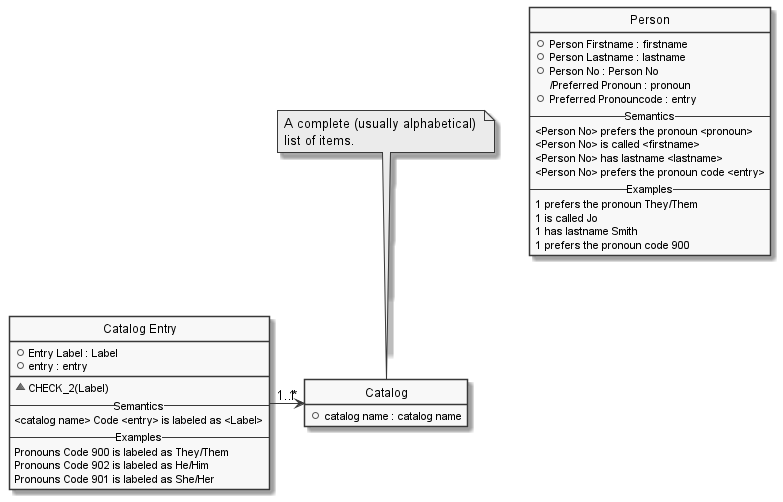
Above: EN/Catalog Example/employee.uml.png in casetalk/Models (PlantUML), before the change.
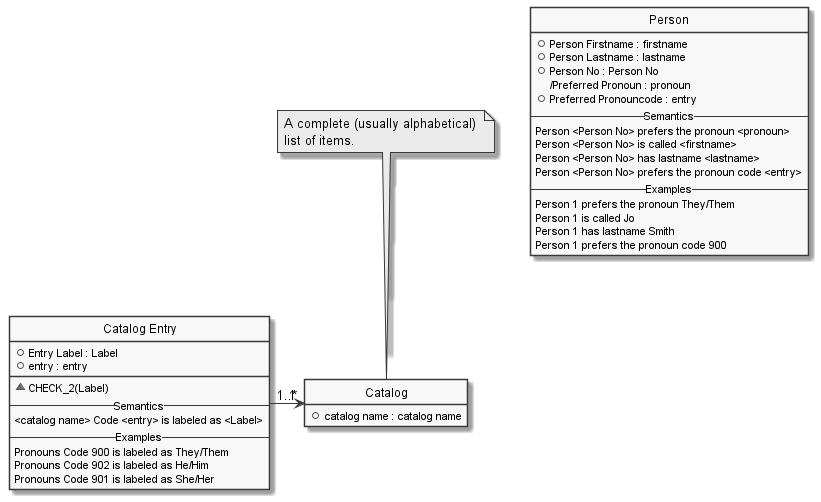
The same file after the commit.

Commit message:
Fixed missing expression part for "Person".

The edit, as a diff of the source:
```diff
@@ -35,15 +35,15 @@
   /Preferred Pronoun : pronoun
   +Preferred Pronouncode : entry
 -- Semantics --
-<Person No> prefers the pronoun <pronoun>
-<Person No> is called <firstname>
-<Person No> has lastname <lastname>
-<Person No> prefers the pronoun code <entry>
+Person <Person No> prefers the pronoun <pronoun>
+Person <Person No> is called <firstname>
+Person <Person No> has lastname <lastname>
+Person <Person No> prefers the pronoun code <entry>
 -- Examples --
-1 prefers the pronoun They/Them
-1 is called Jo
-1 has lastname Smith
-1 prefers the pronoun code 900
+Person 1 prefers the pronoun They/Them
+Person 1 is called Jo
+Person 1 has lastname Smith
+Person 1 prefers the pronoun code 900
   }
 hide "Person" methods
 
```
